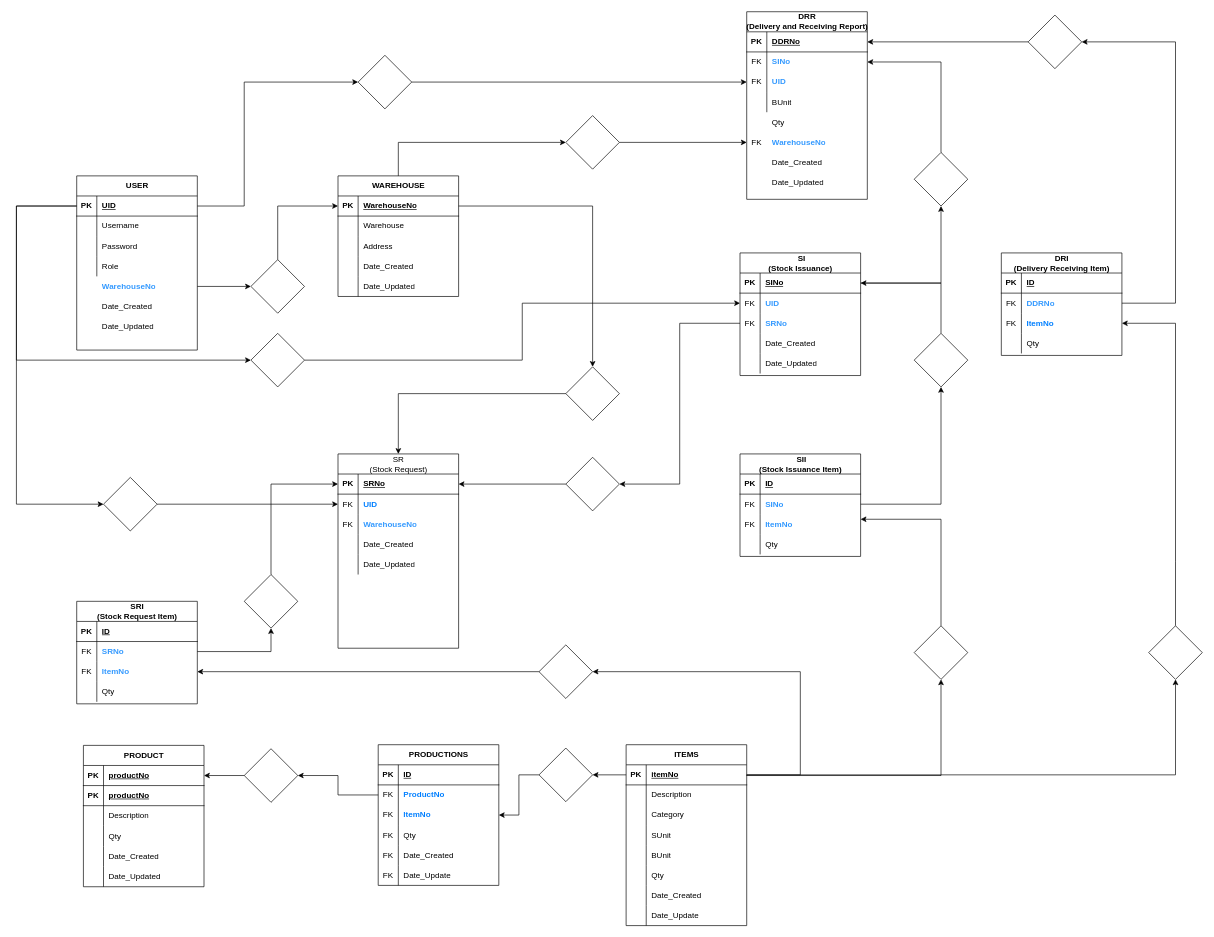
The draw.io diagram Diagram.drawio in ediangca/ACES-POS, before the edit. Source tidied: cells renumbered, new cells numbered last; positions are measured from the earlier drawing's top-left corner, leaving out a move shared by most shapes. Both pictures are drawn from the tidied source at 67%, with x=0, y=0 at pixel (16, 11).
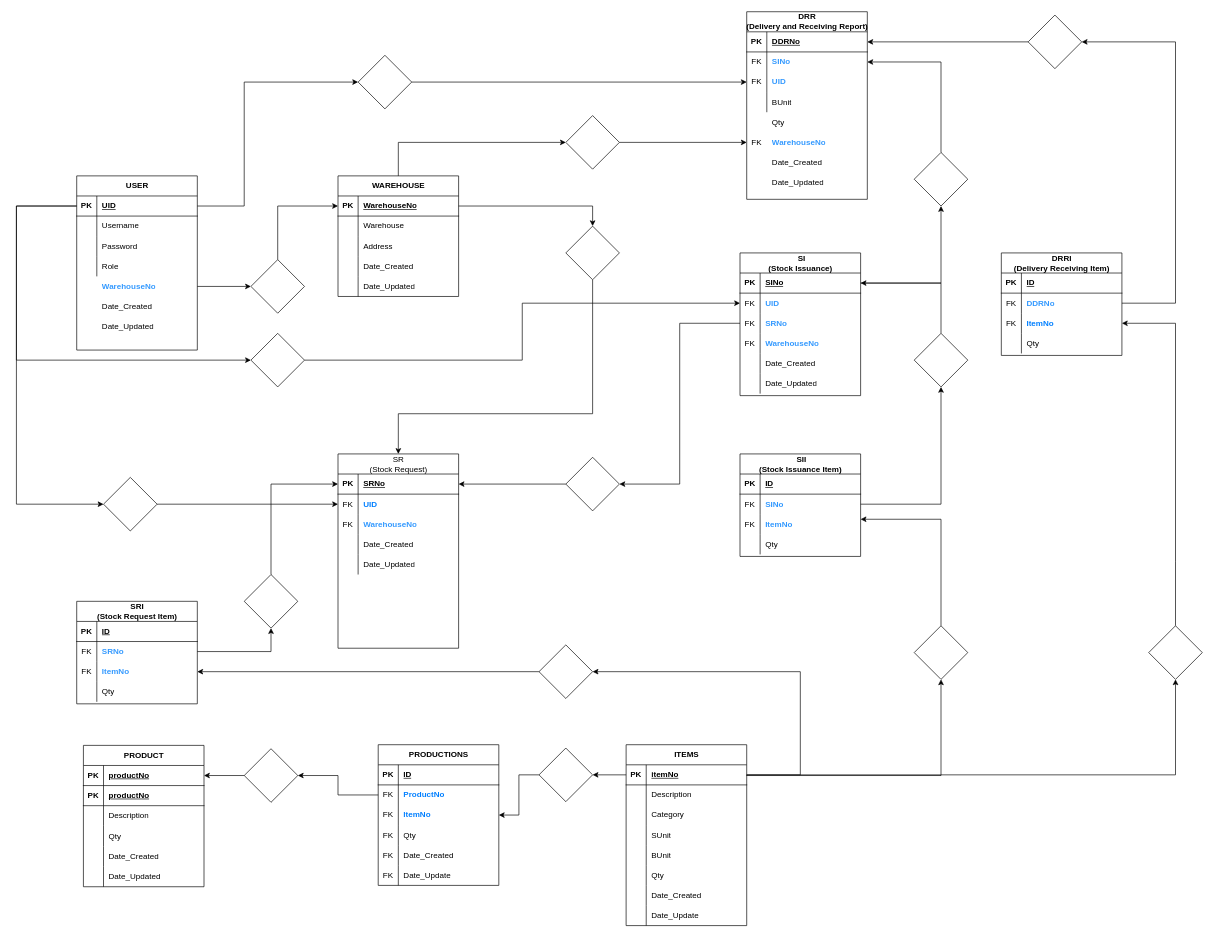
After the change.

Unchanged cells that the change refers to:
```xml
<mxCell id="131" value="SR&lt;div&gt;(Stock Request)&lt;/div&gt;" style="shape=table;startSize=30;childLayout=tableLayout;rowLines=0;fontStyle=0;align=center;html=1;" parent="1" vertex="1">
  <mxGeometry x="480" y="660" width="180" height="290" as="geometry" />
</mxCell>
<mxCell id="222" style="shape=tableRow;horizontal=0;startSize=0;swimlaneHead=0;swimlaneBody=0;fillColor=none;top=0;left=0;right=0;bottom=0;" parent="212" vertex="1">
  <mxGeometry y="120" width="180" height="30" as="geometry" />
</mxCell>
<mxCell id="225" style="shape=tableRow;horizontal=0;startSize=0;swimlaneHead=0;swimlaneBody=0;fillColor=none;top=0;left=0;right=0;bottom=0;" parent="212" vertex="1">
  <mxGeometry y="150" width="180" height="30" as="geometry" />
</mxCell>
```

Change to the diagram source:
```diff
@@
-    <mxCell id="172" value="DRI&lt;div&gt;(Delivery Receiving Item)&lt;/div&gt;" style="shape=table;startSize=30;childLayout=tableLayout;rowLines=0;fontStyle=1;align=center;html=1;" parent="1" vertex="1">
+    <mxCell id="172" value="DRRI&lt;div&gt;(Delivery Receiving Item)&lt;/div&gt;" style="shape=table;startSize=30;childLayout=tableLayout;rowLines=0;fontStyle=1;align=center;html=1;" parent="1" vertex="1">
       <mxGeometry x="1470" y="360" width="180" height="153" as="geometry" />
     </mxCell>
@@
     <mxCell id="212" value="&lt;div&gt;&amp;nbsp;SI&lt;/div&gt;&lt;div&gt;(Stock Issuance)&lt;/div&gt;" style="shape=table;startSize=30;childLayout=tableLayout;rowLines=0;fontStyle=1;align=center;html=1;" parent="1" vertex="1">
-      <mxGeometry x="1080" y="360" width="180" height="183" as="geometry" />
+      <mxGeometry x="1080" y="360" width="180" height="213" as="geometry" />
     </mxCell>
@@
-    <mxCell id="223" style="shape=partialRectangle;fillColor=none;top=0;left=0;bottom=0;right=0;overflow=hidden;whiteSpace=wrap;html=1;" parent="222" vertex="1">
+    <mxCell id="223" value="FK" style="shape=partialRectangle;fillColor=none;top=0;left=0;bottom=0;right=0;overflow=hidden;whiteSpace=wrap;html=1;" parent="222" vertex="1">
       <mxGeometry width="30" height="30" as="geometry" />
     </mxCell>
-    <mxCell id="224" value="Date_Created" style="shape=partialRectangle;fillColor=none;top=0;left=0;bottom=0;right=0;align=left;spacingLeft=6;overflow=hidden;whiteSpace=wrap;html=1;" parent="222" vertex="1">
+    <mxCell id="224" value="&lt;font color=&quot;#3399ff&quot;&gt;WarehouseNo&lt;/font&gt;" style="shape=partialRectangle;fillColor=none;top=0;left=0;bottom=0;right=0;align=left;spacingLeft=6;overflow=hidden;whiteSpace=wrap;html=1;fontStyle=1;" parent="222" vertex="1">
       <mxGeometry x="30" width="150" height="30" as="geometry" />
     </mxCell>
@@
-    <mxCell id="227" value="Date_Updated" style="shape=partialRectangle;fillColor=none;top=0;left=0;bottom=0;right=0;align=left;spacingLeft=6;overflow=hidden;whiteSpace=wrap;html=1;" parent="225" vertex="1">
+    <mxCell id="227" value="Date_Created" style="shape=partialRectangle;fillColor=none;top=0;left=0;bottom=0;right=0;align=left;spacingLeft=6;overflow=hidden;whiteSpace=wrap;html=1;" parent="225" vertex="1">
       <mxGeometry x="30" width="150" height="30" as="geometry" />
     </mxCell>
+    <mxCell id="264" style="shape=tableRow;horizontal=0;startSize=0;swimlaneHead=0;swimlaneBody=0;fillColor=none;top=0;left=0;right=0;bottom=0;" parent="212" vertex="1">
+      <mxGeometry y="180" width="180" height="30" as="geometry" />
+    </mxCell>
+    <mxCell id="265" style="shape=partialRectangle;fillColor=none;top=0;left=0;bottom=0;right=0;overflow=hidden;whiteSpace=wrap;html=1;" parent="264" vertex="1">
+      <mxGeometry width="30" height="30" as="geometry" />
+    </mxCell>
+    <mxCell id="266" value="Date_Updated" style="shape=partialRectangle;fillColor=none;top=0;left=0;bottom=0;right=0;align=left;spacingLeft=6;overflow=hidden;whiteSpace=wrap;html=1;" parent="264" vertex="1">
+      <mxGeometry x="30" width="150" height="30" as="geometry" />
+    </mxCell>
@@
-    <mxCell id="255" style="edgeStyle=orthogonalEdgeStyle;rounded=0;jettySize=auto;html=1;entryX=0.5;entryY=0;entryDx=0;entryDy=0;" parent="1" edge="1" source="256" target="131">
-      <mxGeometry relative="1" as="geometry" />
+    <mxCell id="255" style="edgeStyle=orthogonalEdgeStyle;rounded=0;jettySize=auto;html=1;entryX=0.5;entryY=0;entryDx=0;entryDy=0;exitX=0.5;exitY=1;exitDx=0;exitDy=0;" parent="1" edge="1" source="256" target="131">
+      <mxGeometry relative="1" as="geometry">
+        <Array as="points">
+          <mxPoint x="860" y="600" />
+          <mxPoint x="570" y="600" />
+        </Array>
+      </mxGeometry>
     </mxCell>
     <mxCell id="256" style="rhombus;whiteSpace=wrap;html=1;startSize=30;fontStyle=1;" parent="1" vertex="1">
-      <mxGeometry x="820" y="530" width="80" height="80" as="geometry" />
+      <mxGeometry x="820" y="320" width="80" height="80" as="geometry" />
     </mxCell>
```
